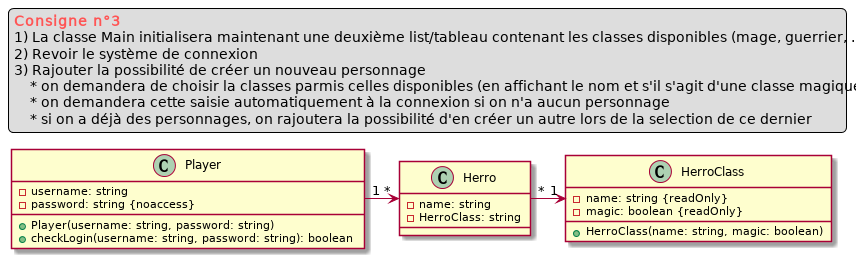
jponcy/poec_avril_java keeps this PlantUML diagram as doc/Q3.png. Above is the earlier version.
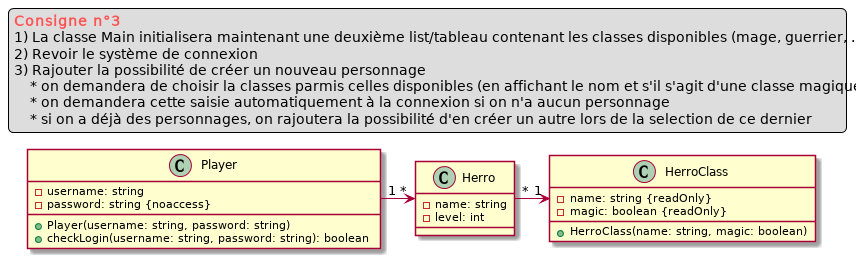
The same file after the commit.

What changed in the source:
```diff
@@ -20,7 +20,7 @@
 
 class Herro {
     - name: string
-    - HerroClass: string
+    - level: int
 }
 
 class HerroClass {
```
